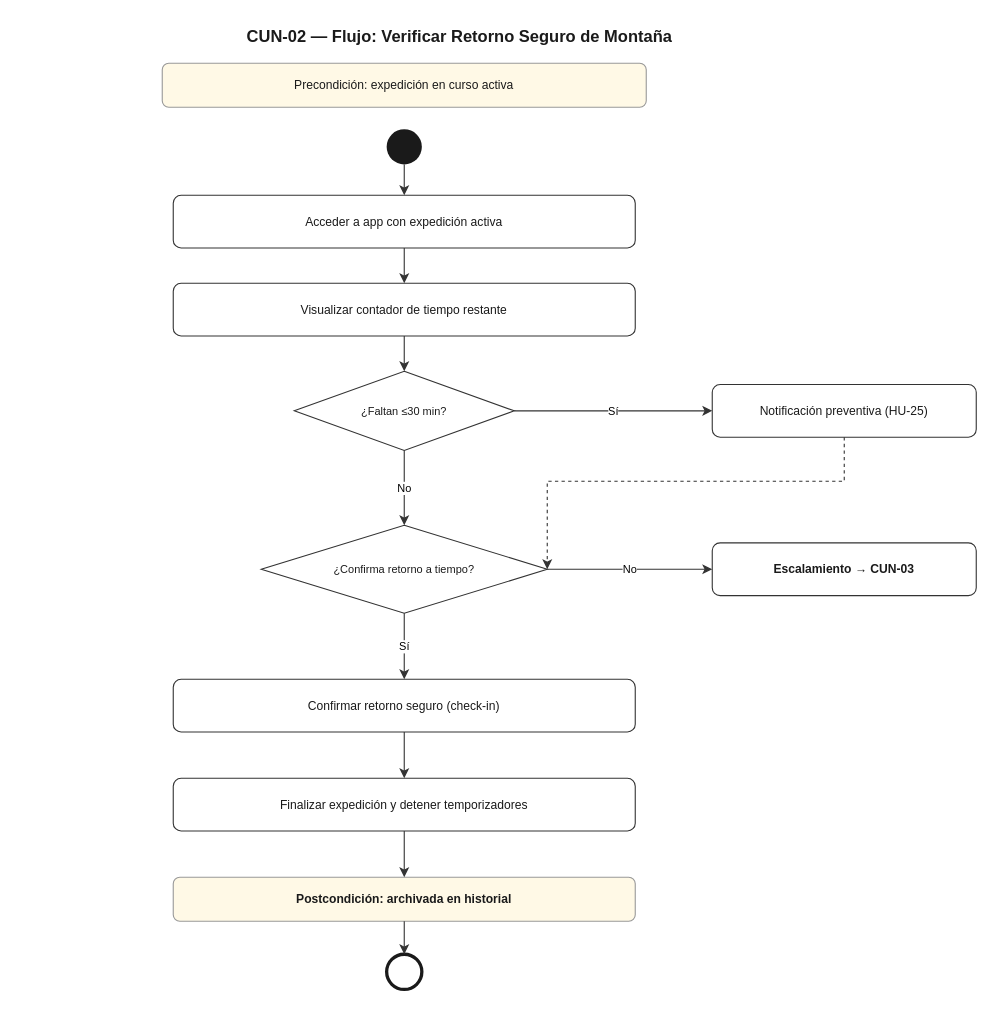
This is docs/uml/01-negocio/02-flujo-CUN-02.drawio from TrekSake/treksafe-app, a draw.io file, before an edit. Source tidied: cells renumbered, new cells numbered last; positions are measured from the earlier drawing's top-left corner, leaving out a move shared by most shapes. Both pictures are drawn from the tidied source at 110%, with x=0, y=0 at pixel (19, 19).
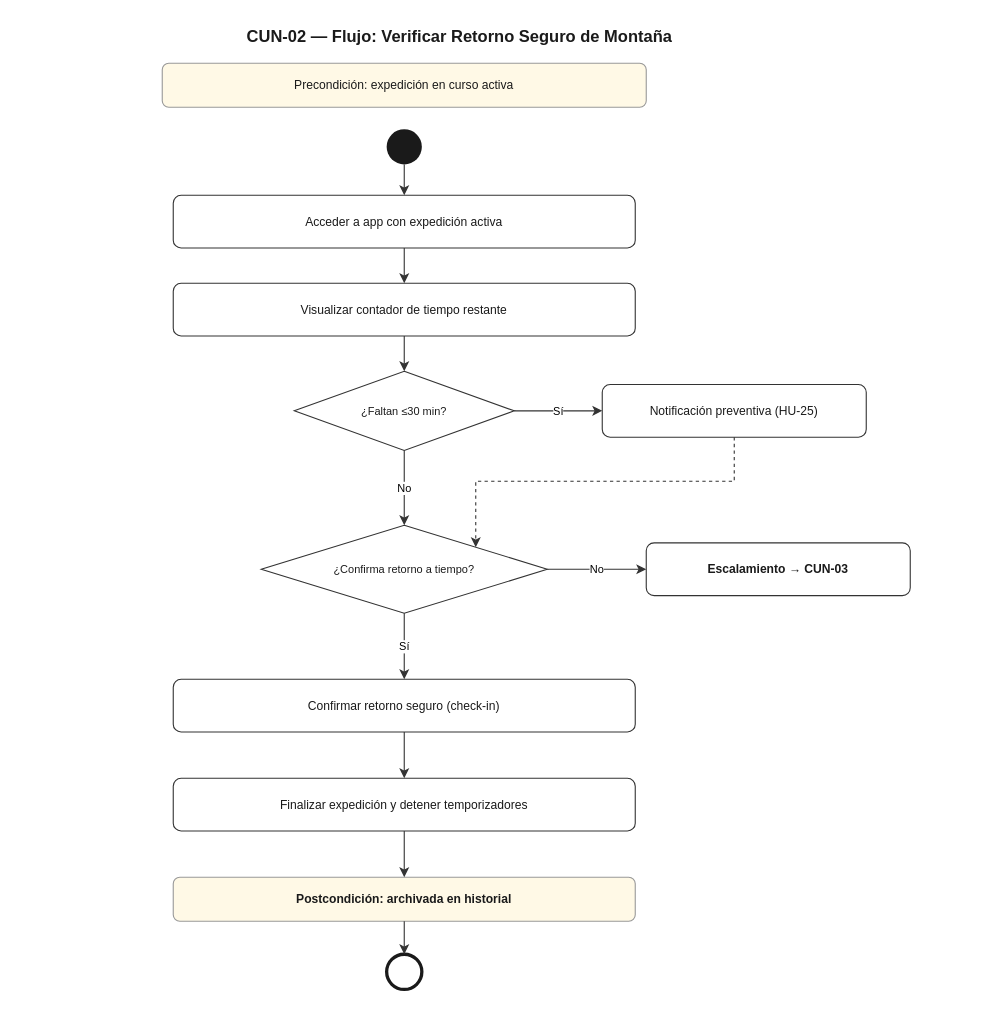
After the change.

The change refers to these unchanged cells:
```xml
<mxCell id="8" value="¿Confirma retorno a tiempo?" style="rhombus;whiteSpace=wrap;html=1;fillColor=#FFFFFF;strokeColor=#333333;fontColor=#1A1A1A;fontSize=10;" parent="1" vertex="1">
  <mxGeometry x="220" y="460" width="260" height="80" as="geometry" />
</mxCell>
```

The edit, as a diff of the source:
```diff
@@
     <mxCell id="13" value="Notificación preventiva (HU-25)" style="rounded=1;whiteSpace=wrap;html=1;fillColor=#FFFFFF;strokeColor=#333333;fontColor=#1A1A1A;fontSize=11;" parent="1" vertex="1">
-      <mxGeometry x="630" y="332" width="240" height="48" as="geometry" />
+      <mxGeometry x="530" y="332" width="240" height="48" as="geometry" />
     </mxCell>
     <mxCell id="14" value="Escalamiento → CUN-03" style="rounded=1;whiteSpace=wrap;html=1;fillColor=#FFFFFF;strokeColor=#333333;fontColor=#1A1A1A;fontSize=11;fontStyle=1;" parent="1" vertex="1">
-      <mxGeometry x="630" y="476" width="240" height="48" as="geometry" />
+      <mxGeometry x="570" y="476" width="240" height="48" as="geometry" />
     </mxCell>
@@
-    <mxCell id="20" style="edgeStyle=orthogonalEdgeStyle;rounded=0;html=1;strokeColor=#333333;dashed=1;exitX=0.5;exitY=1;entryX=1;entryY=0.5;" parent="1" edge="1" source="13" target="8">
+    <mxCell id="20" style="edgeStyle=orthogonalEdgeStyle;rounded=0;html=1;strokeColor=#333333;dashed=1;exitX=0.5;exitY=1;entryX=1;entryY=0;entryDx=0;entryDy=0;" parent="1" edge="1" source="13" target="8">
       <mxGeometry relative="1" as="geometry">
         <Array as="points">
-          <mxPoint x="750" y="420" />
-          <mxPoint x="480" y="420" />
+          <mxPoint x="650" y="420" />
+          <mxPoint x="415" y="420" />
         </Array>
       </mxGeometry>
     </mxCell>
```
